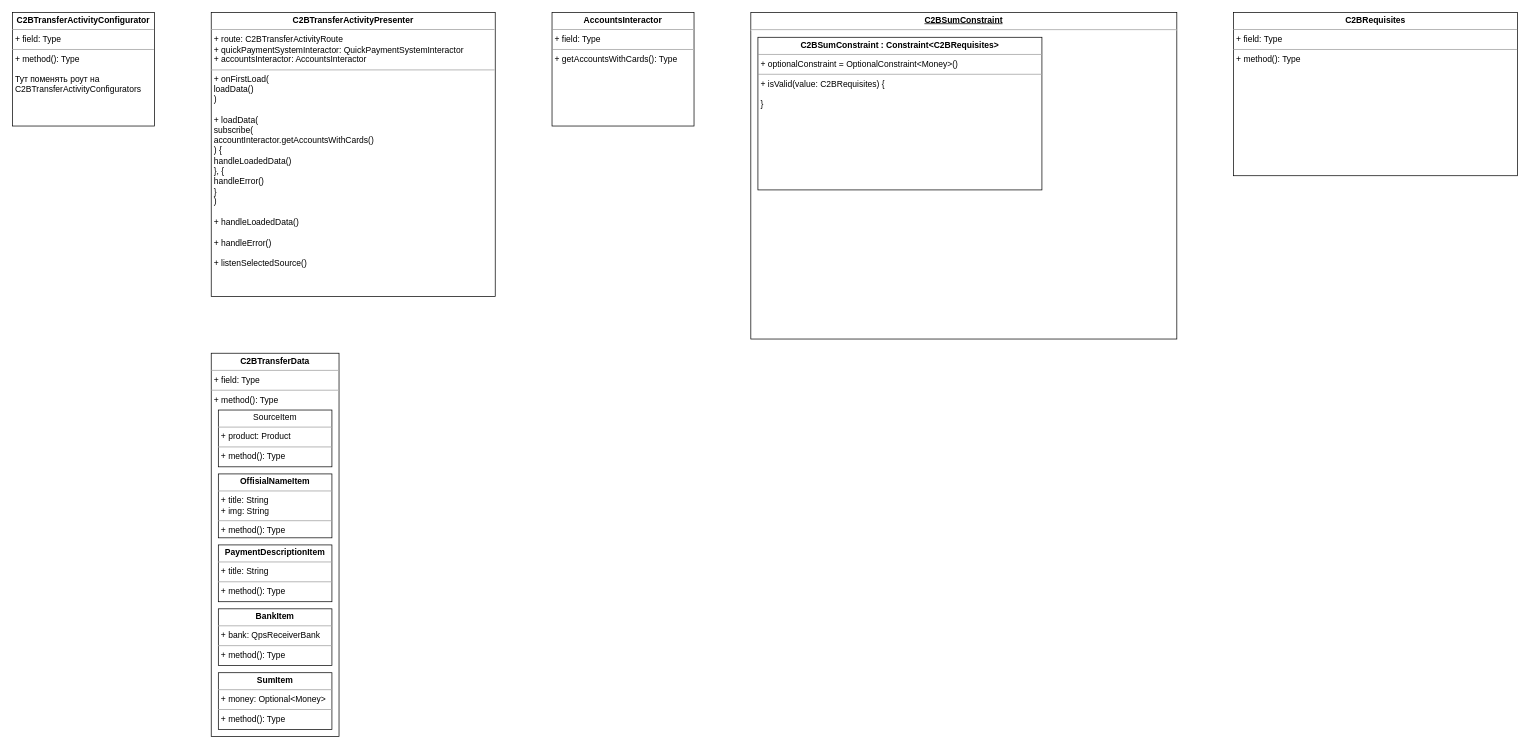
Earlier version of the draw.io diagram UNI-14927.drawio (ShiryaevNikolay/diagrams). Source tidied: cells renumbered, new cells numbered last; positions are measured from the earlier drawing's top-left corner, leaving out a move shared by most shapes. Both pictures are drawn from the tidied source at 71%, with x=0, y=0 at pixel (12, 12).
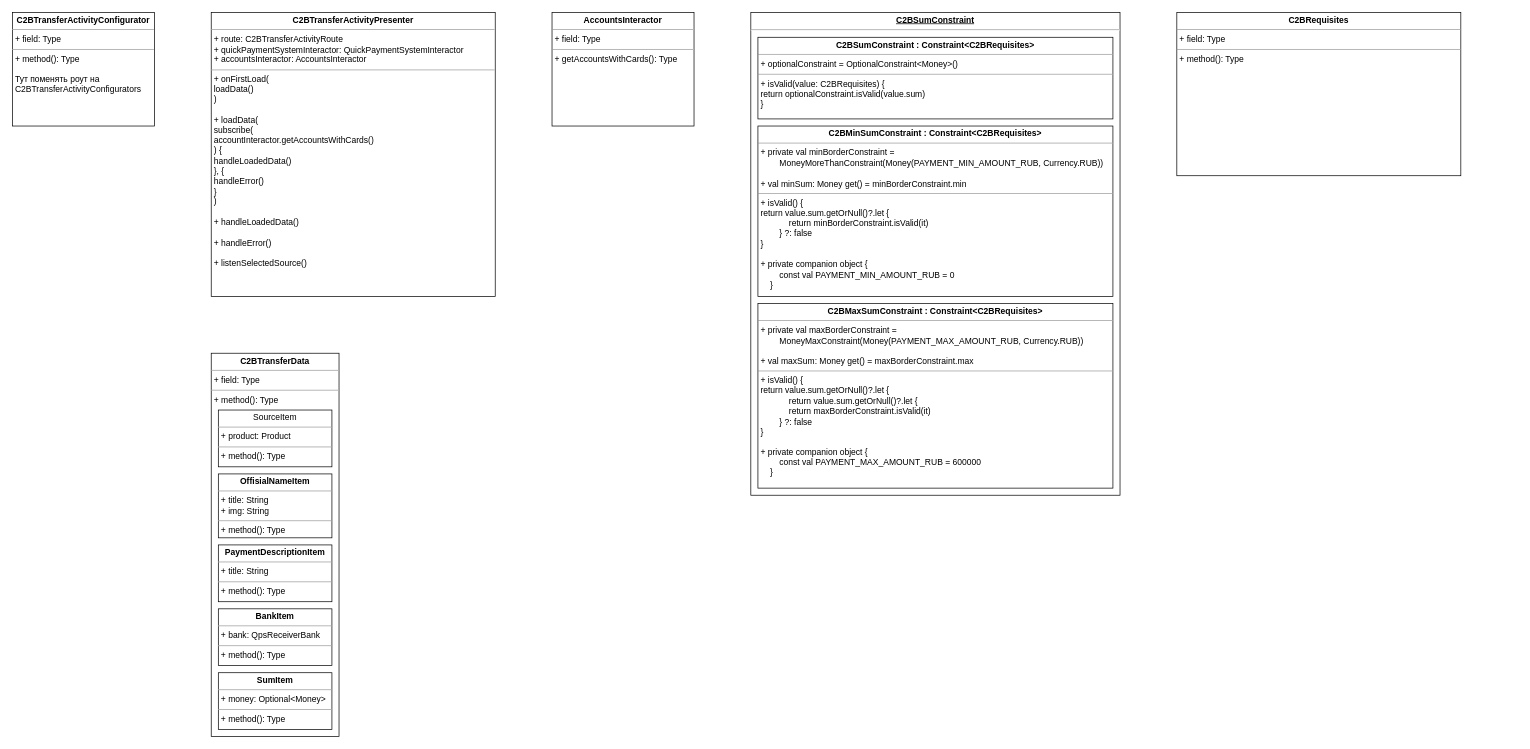
After the change.

Diff of the diagram source:
```diff
@@
 <mxGraphModel>
   <root>
     <mxCell id="0" />
     <mxCell id="1" parent="0" />
     <mxCell id="2" value="&lt;p style=&quot;margin: 0px ; margin-top: 4px ; text-align: center&quot;&gt;&lt;b&gt;C2BTransferActivityPresenter&lt;/b&gt;&lt;/p&gt;&lt;hr size=&quot;1&quot;&gt;&lt;p style=&quot;margin: 0px ; margin-left: 4px&quot;&gt;+ route: C2BTransferActivityRoute&lt;/p&gt;&lt;p style=&quot;margin: 0px ; margin-left: 4px&quot;&gt;+ quickPaymentSystemInteractor: QuickPaymentSystemInteractor&lt;/p&gt;&lt;p style=&quot;margin: 0px ; margin-left: 4px&quot;&gt;+ accountsInteractor: AccountsInteractor&lt;br&gt;&lt;/p&gt;&lt;hr size=&quot;1&quot;&gt;&lt;p style=&quot;margin: 0px ; margin-left: 4px&quot;&gt;+ onFirstLoad(&lt;/p&gt;&lt;p style=&quot;margin: 0px ; margin-left: 4px&quot;&gt;loadData()&lt;br&gt;&lt;/p&gt;&lt;p style=&quot;margin: 0px ; margin-left: 4px&quot;&gt;)&lt;/p&gt;&lt;p style=&quot;margin: 0px ; margin-left: 4px&quot;&gt;&lt;br&gt;&lt;/p&gt;&lt;p style=&quot;margin: 0px ; margin-left: 4px&quot;&gt;+ loadData(&lt;/p&gt;&lt;p style=&quot;margin: 0px ; margin-left: 4px&quot;&gt;subscribe(&lt;/p&gt;&lt;p style=&quot;margin: 0px ; margin-left: 4px&quot;&gt;accountInteractor.getAccountsWithCards()&lt;br&gt;&lt;/p&gt;&lt;p style=&quot;margin: 0px ; margin-left: 4px&quot;&gt;) {&lt;/p&gt;&lt;p style=&quot;margin: 0px ; margin-left: 4px&quot;&gt;&lt;span&gt; &lt;/span&gt;handleLoadedData()&lt;br&gt;&lt;/p&gt;&lt;p style=&quot;margin: 0px ; margin-left: 4px&quot;&gt;}, {&lt;/p&gt;&lt;p style=&quot;margin: 0px ; margin-left: 4px&quot;&gt;handleError()&lt;br&gt;&lt;/p&gt;&lt;p style=&quot;margin: 0px ; margin-left: 4px&quot;&gt;}&lt;br&gt;&lt;/p&gt;&lt;p style=&quot;margin: 0px ; margin-left: 4px&quot;&gt;)&lt;/p&gt;&lt;p style=&quot;margin: 0px ; margin-left: 4px&quot;&gt;&lt;br&gt;&lt;/p&gt;&lt;p style=&quot;margin: 0px ; margin-left: 4px&quot;&gt;+ handleLoadedData()&lt;/p&gt;&lt;p style=&quot;margin: 0px ; margin-left: 4px&quot;&gt;&lt;br&gt;&lt;/p&gt;&lt;p style=&quot;margin: 0px ; margin-left: 4px&quot;&gt;+ handleError()&lt;/p&gt;&lt;p style=&quot;margin: 0px ; margin-left: 4px&quot;&gt;&lt;br&gt;&lt;/p&gt;&lt;p style=&quot;margin: 0px ; margin-left: 4px&quot;&gt;+ listenSelectedSource()&lt;br&gt;&lt;/p&gt;" style="verticalAlign=top;align=left;overflow=fill;fontSize=12;fontFamily=Helvetica;html=1;" parent="1" vertex="1">
       <mxGeometry x="280" width="400" height="400" as="geometry" />
     </mxCell>
     <mxCell id="3" value="&lt;p style=&quot;margin: 0px ; margin-top: 4px ; text-align: center&quot;&gt;&lt;b&gt;C2BTransferActivityConfigurator&lt;/b&gt;&lt;/p&gt;&lt;hr size=&quot;1&quot;&gt;&lt;p style=&quot;margin: 0px ; margin-left: 4px&quot;&gt;+ field: Type&lt;/p&gt;&lt;hr size=&quot;1&quot;&gt;&lt;p style=&quot;margin: 0px ; margin-left: 4px&quot;&gt;+ method(): Type&lt;/p&gt;&lt;p style=&quot;margin: 0px ; margin-left: 4px&quot;&gt;&lt;br&gt;&lt;/p&gt;&lt;p style=&quot;margin: 0px ; margin-left: 4px&quot;&gt;Тут поменять роут на &lt;br&gt;&lt;/p&gt;&lt;p style=&quot;margin: 0px ; margin-left: 4px&quot;&gt;C2BTransferActivityConfigurators&lt;br&gt;&lt;/p&gt;" style="verticalAlign=top;align=left;overflow=fill;fontSize=12;fontFamily=Helvetica;html=1;" parent="1" vertex="1">
       <mxGeometry width="200" height="160" as="geometry" />
     </mxCell>
     <mxCell id="4" value="&lt;p style=&quot;margin: 0px ; margin-top: 4px ; text-align: center&quot;&gt;&lt;b&gt;AccountsInteractor&lt;/b&gt;&lt;/p&gt;&lt;hr size=&quot;1&quot;&gt;&lt;p style=&quot;margin: 0px ; margin-left: 4px&quot;&gt;+ field: Type&lt;/p&gt;&lt;hr size=&quot;1&quot;&gt;&lt;p style=&quot;margin: 0px ; margin-left: 4px&quot;&gt;+ getAccountsWithCards(): Type&lt;/p&gt;" style="verticalAlign=top;align=left;overflow=fill;fontSize=12;fontFamily=Helvetica;html=1;" parent="1" vertex="1">
       <mxGeometry x="760" width="200" height="160" as="geometry" />
     </mxCell>
     <mxCell id="5" value="&lt;p style=&quot;margin: 0px ; margin-top: 4px ; text-align: center&quot;&gt;&lt;b&gt;C2BTransferData&lt;/b&gt;&lt;/p&gt;&lt;hr size=&quot;1&quot;&gt;&lt;p style=&quot;margin: 0px ; margin-left: 4px&quot;&gt;+ field: Type&lt;/p&gt;&lt;hr size=&quot;1&quot;&gt;&lt;p style=&quot;margin: 0px ; margin-left: 4px&quot;&gt;+ method(): Type&lt;/p&gt;" style="verticalAlign=top;align=left;overflow=fill;fontSize=12;fontFamily=Helvetica;html=1;" parent="1" vertex="1">
       <mxGeometry x="280" y="480" width="180" height="540" as="geometry" />
     </mxCell>
     <mxCell id="6" value="&lt;p style=&quot;margin: 0px ; margin-top: 4px ; text-align: center&quot;&gt;&lt;b&gt;BankItem&lt;/b&gt;&lt;/p&gt;&lt;hr size=&quot;1&quot;&gt;&lt;p style=&quot;margin: 0px ; margin-left: 4px&quot;&gt;+ bank: QpsReceiverBank&lt;/p&gt;&lt;hr size=&quot;1&quot;&gt;&lt;p style=&quot;margin: 0px ; margin-left: 4px&quot;&gt;+ method(): Type&lt;/p&gt;" style="verticalAlign=top;align=left;overflow=fill;fontSize=12;fontFamily=Helvetica;html=1;" parent="1" vertex="1">
       <mxGeometry x="290" y="840" width="160" height="80" as="geometry" />
     </mxCell>
     <mxCell id="7" value="&lt;p style=&quot;margin: 0px ; margin-top: 4px ; text-align: center&quot;&gt;&lt;b&gt;OffisialNameItem&lt;/b&gt;&lt;/p&gt;&lt;hr size=&quot;1&quot;&gt;&lt;p style=&quot;margin: 0px ; margin-left: 4px&quot;&gt;+ title: String&lt;/p&gt;&lt;p style=&quot;margin: 0px ; margin-left: 4px&quot;&gt;+ img: String&lt;br&gt;&lt;/p&gt;&lt;hr size=&quot;1&quot;&gt;&lt;p style=&quot;margin: 0px ; margin-left: 4px&quot;&gt;+ method(): Type&lt;/p&gt;" style="verticalAlign=top;align=left;overflow=fill;fontSize=12;fontFamily=Helvetica;html=1;" parent="1" vertex="1">
       <mxGeometry x="290" y="650" width="160" height="90" as="geometry" />
     </mxCell>
     <mxCell id="8" value="&lt;p style=&quot;margin: 0px ; margin-top: 4px ; text-align: center&quot;&gt;&lt;b&gt;PaymentDescriptionItem&lt;/b&gt;&lt;/p&gt;&lt;hr size=&quot;1&quot;&gt;&lt;p style=&quot;margin: 0px ; margin-left: 4px&quot;&gt;+ title: String&lt;/p&gt;&lt;hr size=&quot;1&quot;&gt;&lt;p style=&quot;margin: 0px ; margin-left: 4px&quot;&gt;+ method(): Type&lt;/p&gt;" style="verticalAlign=top;align=left;overflow=fill;fontSize=12;fontFamily=Helvetica;html=1;" parent="1" vertex="1">
       <mxGeometry x="290" y="750" width="160" height="80" as="geometry" />
     </mxCell>
     <mxCell id="9" value="&lt;p style=&quot;margin: 0px ; margin-top: 4px ; text-align: center&quot;&gt;SourceItem&lt;/p&gt;&lt;hr size=&quot;1&quot;&gt;&lt;p style=&quot;margin: 0px ; margin-left: 4px&quot;&gt;+ product: Product&lt;/p&gt;&lt;hr size=&quot;1&quot;&gt;&lt;p style=&quot;margin: 0px ; margin-left: 4px&quot;&gt;+ method(): Type&lt;/p&gt;" style="verticalAlign=top;align=left;overflow=fill;fontSize=12;fontFamily=Helvetica;html=1;" parent="1" vertex="1">
       <mxGeometry x="290" y="560" width="160" height="80" as="geometry" />
     </mxCell>
     <mxCell id="10" value="&lt;p style=&quot;margin: 0px ; margin-top: 4px ; text-align: center&quot;&gt;&lt;b&gt;SumItem&lt;/b&gt;&lt;/p&gt;&lt;hr size=&quot;1&quot;&gt;&lt;p style=&quot;margin: 0px ; margin-left: 4px&quot;&gt;+ money: Optional&amp;lt;Money&amp;gt;&lt;/p&gt;&lt;hr size=&quot;1&quot;&gt;&lt;p style=&quot;margin: 0px ; margin-left: 4px&quot;&gt;+ method(): Type&lt;/p&gt;" style="verticalAlign=top;align=left;overflow=fill;fontSize=12;fontFamily=Helvetica;html=1;" parent="1" vertex="1">
       <mxGeometry x="290" y="930" width="160" height="80" as="geometry" />
     </mxCell>
     <mxCell id="11" value="&lt;p style=&quot;margin: 0px ; margin-top: 4px ; text-align: center ; text-decoration: underline&quot;&gt;&lt;b&gt;C2BSumConstraint&lt;/b&gt;&lt;/p&gt;&lt;hr&gt;&lt;p style=&quot;margin: 0px ; margin-left: 8px&quot;&gt;&lt;br&gt;&lt;/p&gt;" style="verticalAlign=top;align=left;overflow=fill;fontSize=12;fontFamily=Helvetica;html=1;" parent="1" vertex="1">
-      <mxGeometry x="1040" width="600" height="460" as="geometry" />
+      <mxGeometry x="1040" width="520" height="680" as="geometry" />
     </mxCell>
-    <mxCell id="12" value="&lt;p style=&quot;margin: 0px ; margin-top: 4px ; text-align: center&quot;&gt;&lt;b&gt;C2BSumConstraint : Constraint&amp;lt;C2BRequisites&amp;gt;&lt;br&gt;&lt;/b&gt;&lt;/p&gt;&lt;hr size=&quot;1&quot;&gt;&lt;p style=&quot;margin: 0px ; margin-left: 4px&quot;&gt;+ optionalConstraint = OptionalConstraint&amp;lt;Money&amp;gt;()&lt;br&gt;&lt;/p&gt;&lt;hr size=&quot;1&quot;&gt;&lt;p style=&quot;margin: 0px ; margin-left: 4px&quot;&gt;+ isValid(value: C2BRequisites) {&lt;/p&gt;&lt;p style=&quot;margin: 0px ; margin-left: 4px&quot;&gt;&lt;br&gt;&lt;/p&gt;&lt;p style=&quot;margin: 0px ; margin-left: 4px&quot;&gt;}&lt;br&gt;&lt;/p&gt;" style="verticalAlign=top;align=left;overflow=fill;fontSize=12;fontFamily=Helvetica;html=1;" parent="1" vertex="1">
-      <mxGeometry x="1050" y="35" width="400" height="215" as="geometry" />
+    <mxCell id="12" value="&lt;p style=&quot;margin: 0px ; margin-top: 4px ; text-align: center&quot;&gt;&lt;b&gt;C2BSumConstraint : Constraint&amp;lt;C2BRequisites&amp;gt;&lt;br&gt;&lt;/b&gt;&lt;/p&gt;&lt;hr size=&quot;1&quot;&gt;&lt;p style=&quot;margin: 0px ; margin-left: 4px&quot;&gt;+ optionalConstraint = OptionalConstraint&amp;lt;Money&amp;gt;()&lt;br&gt;&lt;/p&gt;&lt;hr size=&quot;1&quot;&gt;&lt;p style=&quot;margin: 0px ; margin-left: 4px&quot;&gt;+ isValid(value: C2BRequisites) {&lt;/p&gt;&lt;p style=&quot;margin: 0px ; margin-left: 4px&quot;&gt;return optionalConstraint.isValid(value.sum)&lt;br&gt;&lt;/p&gt;&lt;p style=&quot;margin: 0px ; margin-left: 4px&quot;&gt;}&lt;/p&gt;" style="verticalAlign=top;align=left;overflow=fill;fontSize=12;fontFamily=Helvetica;html=1;" parent="1" vertex="1">
+      <mxGeometry x="1050" y="35" width="500" height="115" as="geometry" />
     </mxCell>
     <mxCell id="13" value="&lt;p style=&quot;margin: 0px ; margin-top: 4px ; text-align: center&quot;&gt;&lt;b&gt;C2BRequisites&lt;/b&gt;&lt;/p&gt;&lt;hr size=&quot;1&quot;&gt;&lt;p style=&quot;margin: 0px ; margin-left: 4px&quot;&gt;+ field: Type&lt;/p&gt;&lt;hr size=&quot;1&quot;&gt;&lt;p style=&quot;margin: 0px ; margin-left: 4px&quot;&gt;+ method(): Type&lt;/p&gt;" style="verticalAlign=top;align=left;overflow=fill;fontSize=12;fontFamily=Helvetica;html=1;" parent="1" vertex="1">
-      <mxGeometry x="1720" width="400" height="230" as="geometry" />
+      <mxGeometry x="1640" width="400" height="230" as="geometry" />
     </mxCell>
+    <mxCell id="14" value="&lt;p style=&quot;margin: 0px ; margin-top: 4px ; text-align: center&quot;&gt;&lt;b&gt;C2BMinSumConstraint : Constraint&amp;lt;C2BRequisites&amp;gt;&lt;/b&gt;&lt;/p&gt;&lt;hr size=&quot;1&quot;&gt;&lt;p style=&quot;margin: 0px ; margin-left: 4px&quot;&gt;+ private val minBorderConstraint =&lt;br&gt;&amp;nbsp;&amp;nbsp;&amp;nbsp;&amp;nbsp;&amp;nbsp;&amp;nbsp;&amp;nbsp; MoneyMoreThanConstraint(Money(PAYMENT_MIN_AMOUNT_RUB, Currency.RUB))&lt;/p&gt;&lt;p style=&quot;margin: 0px ; margin-left: 4px&quot;&gt;&lt;br&gt;&lt;/p&gt;&lt;p style=&quot;margin: 0px ; margin-left: 4px&quot;&gt;+ val minSum: Money get() = minBorderConstraint.min&lt;/p&gt;&lt;hr size=&quot;1&quot;&gt;&lt;p style=&quot;margin: 0px ; margin-left: 4px&quot;&gt;+ isValid() {&lt;/p&gt;&lt;p style=&quot;margin: 0px ; margin-left: 4px&quot;&gt;return value.sum.getOrNull()?.let {&lt;br&gt;&amp;nbsp;&amp;nbsp;&amp;nbsp;&amp;nbsp;&amp;nbsp;&amp;nbsp;&amp;nbsp;&amp;nbsp;&amp;nbsp;&amp;nbsp;&amp;nbsp; return minBorderConstraint.isValid(it)&lt;br&gt;&amp;nbsp;&amp;nbsp;&amp;nbsp;&amp;nbsp;&amp;nbsp;&amp;nbsp;&amp;nbsp; } ?: false&lt;br&gt;&lt;/p&gt;&lt;p style=&quot;margin: 0px ; margin-left: 4px&quot;&gt;}&lt;/p&gt;&lt;p style=&quot;margin: 0px ; margin-left: 4px&quot;&gt;&lt;br&gt;&lt;/p&gt;&lt;p style=&quot;margin: 0px ; margin-left: 4px&quot;&gt;+ private companion object {&lt;br&gt;&amp;nbsp;&amp;nbsp;&amp;nbsp;&amp;nbsp;&amp;nbsp;&amp;nbsp;&amp;nbsp; const val PAYMENT_MIN_AMOUNT_RUB = 0&lt;br&gt;&amp;nbsp;&amp;nbsp;&amp;nbsp; }&lt;br&gt;&lt;/p&gt;" style="verticalAlign=top;align=left;overflow=fill;fontSize=12;fontFamily=Helvetica;html=1;" parent="1" vertex="1">
+      <mxGeometry x="1050" y="160" width="500" height="240" as="geometry" />
+    </mxCell>
+    <mxCell id="15" value="&lt;p style=&quot;margin: 0px ; margin-top: 4px ; text-align: center&quot;&gt;&lt;b&gt;C2BMaxSumConstraint : Constraint&amp;lt;C2BRequisites&amp;gt;&lt;/b&gt;&lt;/p&gt;&lt;hr size=&quot;1&quot;&gt;&lt;p style=&quot;margin: 0px ; margin-left: 4px&quot;&gt;+ private val maxBorderConstraint =&lt;br&gt;&amp;nbsp;&amp;nbsp;&amp;nbsp;&amp;nbsp;&amp;nbsp;&amp;nbsp;&amp;nbsp; MoneyMaxConstraint(Money(PAYMENT_MAX_AMOUNT_RUB, Currency.RUB))&lt;/p&gt;&lt;p style=&quot;margin: 0px ; margin-left: 4px&quot;&gt;&lt;br&gt;&lt;/p&gt;&lt;p style=&quot;margin: 0px ; margin-left: 4px&quot;&gt;+ val maxSum: Money get() = maxBorderConstraint.max&lt;/p&gt;&lt;hr size=&quot;1&quot;&gt;&lt;p style=&quot;margin: 0px ; margin-left: 4px&quot;&gt;+ isValid() {&lt;/p&gt;&lt;p style=&quot;margin: 0px ; margin-left: 4px&quot;&gt;return value.sum.getOrNull()?.let {&lt;br&gt;&amp;nbsp;&amp;nbsp;&amp;nbsp;&amp;nbsp;&amp;nbsp;&amp;nbsp;&amp;nbsp;&amp;nbsp;&amp;nbsp;&amp;nbsp;&amp;nbsp; return value.sum.getOrNull()?.let {&lt;br&gt;&amp;nbsp;&amp;nbsp;&amp;nbsp;&amp;nbsp;&amp;nbsp;&amp;nbsp;&amp;nbsp;&amp;nbsp;&amp;nbsp;&amp;nbsp;&amp;nbsp; return maxBorderConstraint.isValid(it)&lt;br&gt;&amp;nbsp;&amp;nbsp;&amp;nbsp;&amp;nbsp;&amp;nbsp;&amp;nbsp;&amp;nbsp; } ?: false&lt;br&gt;&lt;/p&gt;&lt;p style=&quot;margin: 0px ; margin-left: 4px&quot;&gt;}&lt;/p&gt;&lt;p style=&quot;margin: 0px ; margin-left: 4px&quot;&gt;&lt;br&gt;&lt;/p&gt;&lt;p style=&quot;margin: 0px ; margin-left: 4px&quot;&gt;+ private companion object {&lt;br&gt;&amp;nbsp;&amp;nbsp;&amp;nbsp;&amp;nbsp;&amp;nbsp;&amp;nbsp;&amp;nbsp; const val PAYMENT_MAX_AMOUNT_RUB = 600000&lt;br&gt;&amp;nbsp;&amp;nbsp;&amp;nbsp; }&lt;br&gt;&lt;/p&gt;" style="verticalAlign=top;align=left;overflow=fill;fontSize=12;fontFamily=Helvetica;html=1;" parent="1" vertex="1">
+      <mxGeometry x="1050" y="410" width="500" height="260" as="geometry" />
+    </mxCell>
   </root>
 </mxGraphModel>
```
